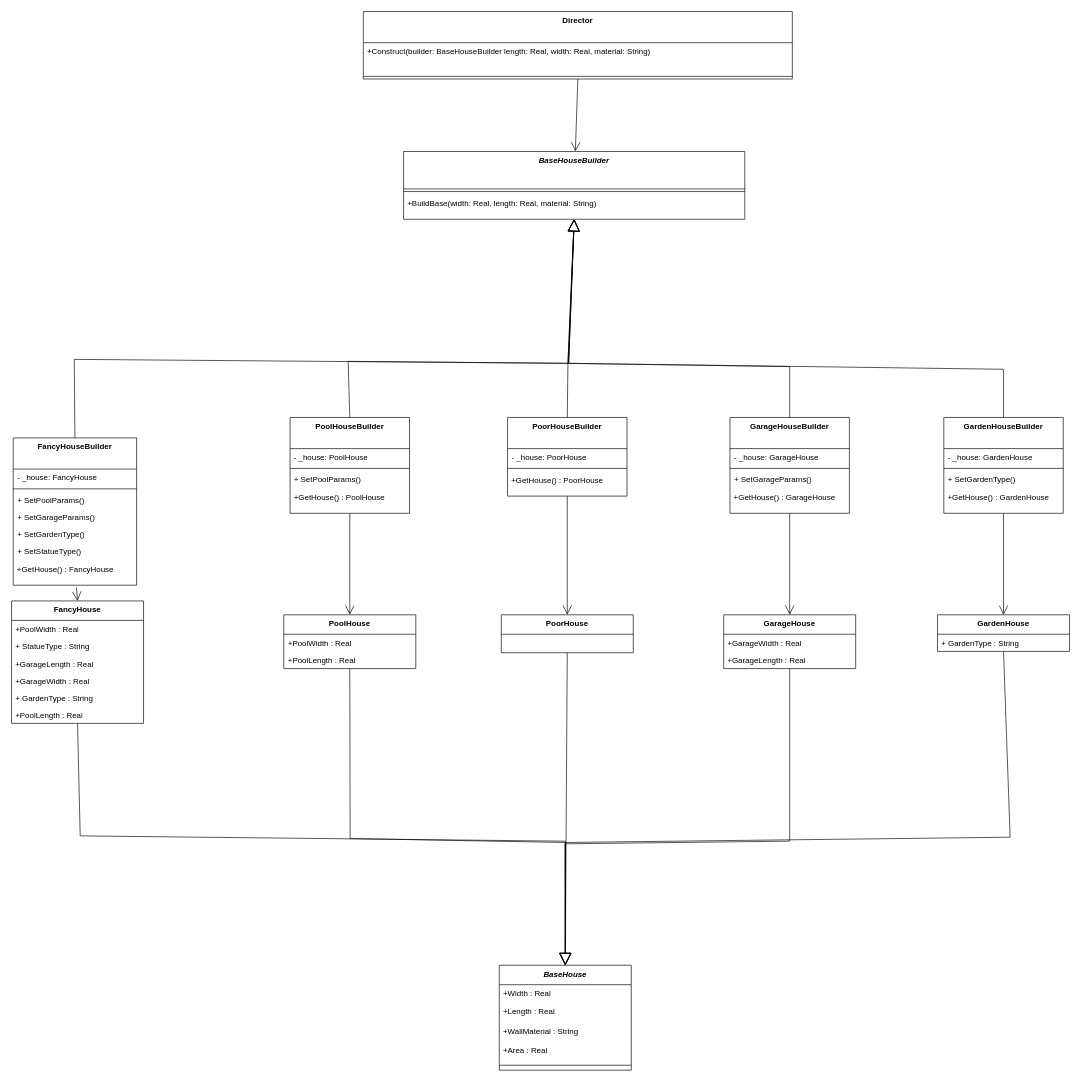
The draw.io diagram lab01/builder.drawio in Wokiput/Object-oriented-analysis-and-design-2, before the edit. Source tidied: cells renumbered, new cells numbered last; positions are measured from the earlier drawing's top-left corner, leaving out a move shared by most shapes. Both pictures are drawn from the tidied source at 66%, with x=0, y=0 at pixel (11, 11).
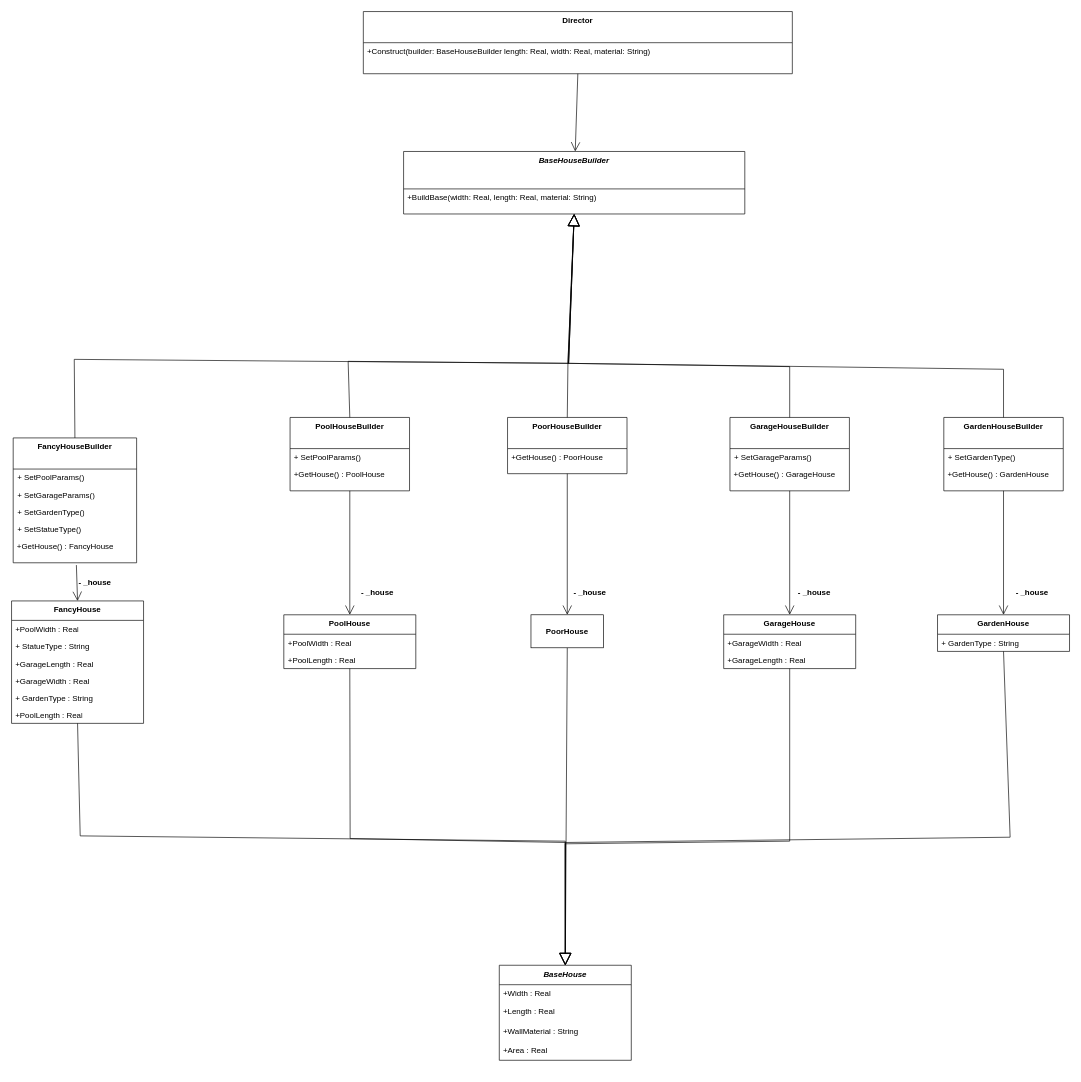
The same page after the edit.

Commit message (it also covers changes not shown here):
изменил диаграмму классов

Unchanged cells that the change refers to:
```xml
<mxCell id="21" value="FancyHouse" style="swimlane;fontStyle=1;align=center;verticalAlign=top;horizontal=1;startSize=29.473684210526315;" parent="1" vertex="1">
  <mxGeometry y="893" width="200" height="185.5" as="geometry" />
</mxCell>
<mxCell id="29" value="PoolHouse" style="swimlane;fontStyle=1;align=center;verticalAlign=top;horizontal=1;startSize=29.473684210526315;" parent="1" vertex="1">
  <mxGeometry x="412.5" y="914" width="200" height="81.5" as="geometry" />
</mxCell>
```

What changed in the source:
```diff
@@
     <mxCell id="2" value="Director" style="swimlane;fontStyle=1;align=center;verticalAlign=top;horizontal=1;startSize=47.2;" parent="1" vertex="1">
-      <mxGeometry x="533" width="650" height="102.2" as="geometry" />
+      <mxGeometry x="533" width="650" height="94.2" as="geometry" />
     </mxCell>
@@
-    <mxCell id="4" style="line;strokeWidth=1;fillColor=none;align=left;verticalAlign=middle;spacingTop=-1;spacingLeft=3;spacingRight=3;labelPosition=right;strokeColor=inherit;" parent="2" vertex="1">
-      <mxGeometry y="94.2" width="650" height="8" as="geometry" />
-    </mxCell>
     <mxCell id="5" value="BaseHouseBuilder" style="swimlane;fontStyle=3;align=center;verticalAlign=top;horizontal=1;startSize=56.727272727272734;" parent="1" vertex="1">
-      <mxGeometry x="594" y="212" width="517" height="102.7" as="geometry" />
+      <mxGeometry x="594" y="212" width="517" height="94.7" as="geometry" />
     </mxCell>
-    <mxCell id="6" style="line;strokeWidth=1;fillColor=none;align=left;verticalAlign=middle;spacingTop=-1;spacingLeft=3;spacingRight=3;labelPosition=right;strokeColor=inherit;" parent="5" vertex="1">
-      <mxGeometry y="56.7" width="517" height="8" as="geometry" />
-    </mxCell>
     <mxCell id="7" value="+BuildBase(width: Real, length: Real, material: String)" style="text;strokeColor=none;fillColor=none;align=left;verticalAlign=top;spacingLeft=4;spacingRight=4;overflow=hidden;" parent="5" vertex="1">
-      <mxGeometry y="64.7" width="517" height="38" as="geometry" />
+      <mxGeometry y="56.7" width="517" height="38" as="geometry" />
     </mxCell>
     <mxCell id="8" value="FancyHouseBuilder" style="swimlane;fontStyle=1;align=center;verticalAlign=top;horizontal=1;startSize=47.2;" parent="1" vertex="1">
-      <mxGeometry x="2.5" y="646" width="187" height="223.2" as="geometry" />
+      <mxGeometry x="2.5" y="646" width="187" height="189.2" as="geometry" />
     </mxCell>
-    <mxCell id="9" value="- _house: FancyHouse" style="text;strokeColor=none;fillColor=none;align=left;verticalAlign=top;spacingLeft=4;spacingRight=4;overflow=hidden;whiteSpace=wrap;html=1;" parent="8" vertex="1">
-      <mxGeometry y="47.2" width="187" height="26" as="geometry" />
-    </mxCell>
-    <mxCell id="10" style="line;strokeWidth=1;fillColor=none;align=left;verticalAlign=middle;spacingTop=-1;spacingLeft=3;spacingRight=3;labelPosition=right;strokeColor=inherit;" parent="8" vertex="1">
-      <mxGeometry y="73.2" width="187" height="8" as="geometry" />
-    </mxCell>
-    <mxCell id="11" value="+ SetPoolParams()&amp;nbsp;" style="text;strokeColor=none;fillColor=none;align=left;verticalAlign=top;spacingLeft=4;spacingRight=4;overflow=hidden;whiteSpace=wrap;html=1;" parent="8" vertex="1">
-      <mxGeometry y="81.2" width="187" height="26" as="geometry" />
-    </mxCell>
-    <mxCell id="12" value="+ SetGarageParams()" style="text;strokeColor=none;fillColor=none;align=left;verticalAlign=top;spacingLeft=4;spacingRight=4;overflow=hidden;whiteSpace=wrap;html=1;" parent="8" vertex="1">
-      <mxGeometry y="107.2" width="187" height="26" as="geometry" />
-    </mxCell>
-    <mxCell id="13" value="+ SetGardenType()" style="text;strokeColor=none;fillColor=none;align=left;verticalAlign=top;spacingLeft=4;spacingRight=4;overflow=hidden;whiteSpace=wrap;html=1;" parent="8" vertex="1">
-      <mxGeometry y="133.2" width="187" height="26" as="geometry" />
-    </mxCell>
+    <mxCell id="73" value="+ SetPoolParams()&amp;nbsp;" style="text;strokeColor=none;fillColor=none;align=left;verticalAlign=top;spacingLeft=4;spacingRight=4;overflow=hidden;whiteSpace=wrap;html=1;" parent="8" vertex="1">
+      <mxGeometry y="47.2" width="187" height="26" as="geometry" />
+    </mxCell>
+    <mxCell id="74" value="+ SetGarageParams()" style="text;strokeColor=none;fillColor=none;align=left;verticalAlign=top;spacingLeft=4;spacingRight=4;overflow=hidden;whiteSpace=wrap;html=1;" parent="8" vertex="1">
+      <mxGeometry y="73.2" width="187" height="26" as="geometry" />
+    </mxCell>
+    <mxCell id="75" value="+ SetGardenType()" style="text;strokeColor=none;fillColor=none;align=left;verticalAlign=top;spacingLeft=4;spacingRight=4;overflow=hidden;whiteSpace=wrap;html=1;" parent="8" vertex="1">
+      <mxGeometry y="99.2" width="187" height="26" as="geometry" />
+    </mxCell>
     <mxCell id="14" value="+ SetStatueType()" style="text;strokeColor=none;fillColor=none;align=left;verticalAlign=top;spacingLeft=4;spacingRight=4;overflow=hidden;whiteSpace=wrap;html=1;" parent="8" vertex="1">
-      <mxGeometry y="159.2" width="187" height="26" as="geometry" />
+      <mxGeometry y="125.2" width="187" height="26" as="geometry" />
     </mxCell>
     <mxCell id="15" value="+GetHouse() : FancyHouse" style="text;strokeColor=none;fillColor=none;align=left;verticalAlign=top;spacingLeft=4;spacingRight=4;overflow=hidden;points=[[0,0.5],[1,0.5]];portConstraint=eastwest;" parent="8" vertex="1">
-      <mxGeometry y="185.2" width="187" height="38" as="geometry" />
+      <mxGeometry y="151.2" width="187" height="38" as="geometry" />
     </mxCell>
     <mxCell id="16" value="PoolHouseBuilder" style="swimlane;fontStyle=1;align=center;verticalAlign=top;horizontal=1;startSize=47.2;" parent="1" vertex="1">
-      <mxGeometry x="422" y="615" width="181" height="145.2" as="geometry" />
+      <mxGeometry x="422" y="615" width="181" height="111.2" as="geometry" />
     </mxCell>
-    <mxCell id="17" value="- _house: PoolHouse" style="text;strokeColor=none;fillColor=none;align=left;verticalAlign=top;spacingLeft=4;spacingRight=4;overflow=hidden;whiteSpace=wrap;html=1;" parent="16" vertex="1">
-      <mxGeometry y="47.2" width="181" height="26" as="geometry" />
-    </mxCell>
-    <mxCell id="18" style="line;strokeWidth=1;fillColor=none;align=left;verticalAlign=middle;spacingTop=-1;spacingLeft=3;spacingRight=3;labelPosition=right;strokeColor=inherit;" parent="16" vertex="1">
-      <mxGeometry y="73.2" width="181" height="8" as="geometry" />
-    </mxCell>
-    <mxCell id="19" value="+ SetPoolParams()&amp;nbsp;" style="text;strokeColor=none;fillColor=none;align=left;verticalAlign=top;spacingLeft=4;spacingRight=4;overflow=hidden;whiteSpace=wrap;html=1;" parent="16" vertex="1">
-      <mxGeometry y="81.2" width="181" height="26" as="geometry" />
-    </mxCell>
+    <mxCell id="76" value="+ SetPoolParams()&amp;nbsp;" style="text;strokeColor=none;fillColor=none;align=left;verticalAlign=top;spacingLeft=4;spacingRight=4;overflow=hidden;whiteSpace=wrap;html=1;" parent="16" vertex="1">
+      <mxGeometry y="47.2" width="181" height="26" as="geometry" />
+    </mxCell>
     <mxCell id="20" value="+GetHouse() : PoolHouse" style="text;strokeColor=none;fillColor=none;align=left;verticalAlign=top;spacingLeft=4;spacingRight=4;overflow=hidden;" parent="16" vertex="1">
-      <mxGeometry y="107.2" width="181" height="38" as="geometry" />
+      <mxGeometry y="73.2" width="181" height="38" as="geometry" />
     </mxCell>
@@
-    <mxCell id="22" value="+PoolWidth : Real" style="text;strokeColor=none;fillColor=none;align=left;verticalAlign=top;spacingLeft=4;spacingRight=4;overflow=hidden;whiteSpace=wrap;html=1;" parent="21" vertex="1">
-      <mxGeometry y="29.5" width="200" height="26" as="geometry" />
-    </mxCell>
+    <mxCell id="77" value="+PoolWidth : Real" style="text;strokeColor=none;fillColor=none;align=left;verticalAlign=top;spacingLeft=4;spacingRight=4;overflow=hidden;whiteSpace=wrap;html=1;" parent="21" vertex="1">
+      <mxGeometry y="29.5" width="200" height="26" as="geometry" />
+    </mxCell>
@@
-    <mxCell id="30" value="+PoolWidth : Real" style="text;strokeColor=none;fillColor=none;align=left;verticalAlign=top;spacingLeft=4;spacingRight=4;overflow=hidden;whiteSpace=wrap;html=1;" parent="29" vertex="1">
-      <mxGeometry y="29.5" width="200" height="26" as="geometry" />
-    </mxCell>
+    <mxCell id="78" value="+PoolWidth : Real" style="text;strokeColor=none;fillColor=none;align=left;verticalAlign=top;spacingLeft=4;spacingRight=4;overflow=hidden;whiteSpace=wrap;html=1;" parent="29" vertex="1">
+      <mxGeometry y="29.5" width="200" height="26" as="geometry" />
+    </mxCell>
@@
     <mxCell id="36" value="PoorHouseBuilder" style="swimlane;fontStyle=1;align=center;verticalAlign=top;horizontal=1;startSize=47.2;" parent="1" vertex="1">
-      <mxGeometry x="751.5" y="615" width="181" height="119.2" as="geometry" />
+      <mxGeometry x="751.5" y="615" width="181" height="85.2" as="geometry" />
     </mxCell>
-    <mxCell id="37" value="- _house: PoorHouse" style="text;strokeColor=none;fillColor=none;align=left;verticalAlign=top;spacingLeft=4;spacingRight=4;overflow=hidden;whiteSpace=wrap;html=1;" parent="36" vertex="1">
-      <mxGeometry y="47.2" width="181" height="26" as="geometry" />
-    </mxCell>
-    <mxCell id="38" style="line;strokeWidth=1;fillColor=none;align=left;verticalAlign=middle;spacingTop=-1;spacingLeft=3;spacingRight=3;labelPosition=right;strokeColor=inherit;" parent="36" vertex="1">
-      <mxGeometry y="73.2" width="181" height="8" as="geometry" />
-    </mxCell>
     <mxCell id="39" value="+GetHouse() : PoorHouse" style="text;strokeColor=none;fillColor=none;align=left;verticalAlign=top;spacingLeft=4;spacingRight=4;overflow=hidden;" parent="36" vertex="1">
-      <mxGeometry y="81.2" width="181" height="38" as="geometry" />
+      <mxGeometry y="47.2" width="181" height="38" as="geometry" />
     </mxCell>
-    <mxCell id="40" value="PoorHouse" style="swimlane;fontStyle=1;align=center;verticalAlign=top;horizontal=1;startSize=29.473684210526315;" parent="1" vertex="1">
-      <mxGeometry x="742" y="914" width="200" height="57.5" as="geometry" />
-    </mxCell>
-    <mxCell id="41" style="endArrow=open;endFill=1;endSize=12;html=1;rounded=0;entryX=0.5;entryY=0;entryDx=0;entryDy=0;exitX=0.5;exitY=1;exitDx=0;exitDy=0;" parent="1" edge="1" source="36" target="40">
-      <mxGeometry relative="1" as="geometry" />
-    </mxCell>
+    <mxCell id="79" style="endArrow=open;endFill=1;endSize=12;html=1;rounded=0;entryX=0.5;entryY=0;entryDx=0;entryDy=0;exitX=0.5;exitY=1;exitDx=0;exitDy=0;" parent="1" edge="1" source="36">
+      <mxGeometry relative="1" as="geometry">
+        <mxPoint x="842" y="914" as="targetPoint" />
+      </mxGeometry>
+    </mxCell>
@@
     <mxCell id="43" value="GarageHouseBuilder" style="swimlane;fontStyle=1;align=center;verticalAlign=top;horizontal=1;startSize=47.2;" parent="1" vertex="1">
-      <mxGeometry x="1088.5" y="615" width="181" height="145.2" as="geometry" />
+      <mxGeometry x="1088.5" y="615" width="181" height="111.2" as="geometry" />
     </mxCell>
-    <mxCell id="44" value="- _house: GarageHouse" style="text;strokeColor=none;fillColor=none;align=left;verticalAlign=top;spacingLeft=4;spacingRight=4;overflow=hidden;whiteSpace=wrap;html=1;" parent="43" vertex="1">
-      <mxGeometry y="47.2" width="181" height="26" as="geometry" />
-    </mxCell>
-    <mxCell id="45" style="line;strokeWidth=1;fillColor=none;align=left;verticalAlign=middle;spacingTop=-1;spacingLeft=3;spacingRight=3;labelPosition=right;strokeColor=inherit;" parent="43" vertex="1">
-      <mxGeometry y="73.2" width="181" height="8" as="geometry" />
-    </mxCell>
-    <mxCell id="46" value="+ SetGarageParams()" style="text;strokeColor=none;fillColor=none;align=left;verticalAlign=top;spacingLeft=4;spacingRight=4;overflow=hidden;whiteSpace=wrap;html=1;" parent="43" vertex="1">
-      <mxGeometry y="81.2" width="181" height="26" as="geometry" />
-    </mxCell>
+    <mxCell id="80" value="+ SetGarageParams()" style="text;strokeColor=none;fillColor=none;align=left;verticalAlign=top;spacingLeft=4;spacingRight=4;overflow=hidden;whiteSpace=wrap;html=1;" parent="43" vertex="1">
+      <mxGeometry y="47.2" width="181" height="26" as="geometry" />
+    </mxCell>
     <mxCell id="47" value="+GetHouse() : GarageHouse" style="text;strokeColor=none;fillColor=none;align=left;verticalAlign=top;spacingLeft=4;spacingRight=4;overflow=hidden;" parent="43" vertex="1">
-      <mxGeometry y="107.2" width="181" height="38" as="geometry" />
+      <mxGeometry y="73.2" width="181" height="38" as="geometry" />
     </mxCell>
@@
     <mxCell id="52" value="GardenHouseBuilder" style="swimlane;fontStyle=1;align=center;verticalAlign=top;horizontal=1;startSize=47.2;" parent="1" vertex="1">
-      <mxGeometry x="1412.5" y="615" width="181" height="145.2" as="geometry" />
+      <mxGeometry x="1412.5" y="615" width="181" height="111.2" as="geometry" />
     </mxCell>
-    <mxCell id="53" value="- _house: GardenHouse" style="text;strokeColor=none;fillColor=none;align=left;verticalAlign=top;spacingLeft=4;spacingRight=4;overflow=hidden;whiteSpace=wrap;html=1;" parent="52" vertex="1">
-      <mxGeometry y="47.2" width="181" height="26" as="geometry" />
-    </mxCell>
-    <mxCell id="54" style="line;strokeWidth=1;fillColor=none;align=left;verticalAlign=middle;spacingTop=-1;spacingLeft=3;spacingRight=3;labelPosition=right;strokeColor=inherit;" parent="52" vertex="1">
-      <mxGeometry y="73.2" width="181" height="8" as="geometry" />
-    </mxCell>
-    <mxCell id="55" value="+ SetGardenType()" style="text;strokeColor=none;fillColor=none;align=left;verticalAlign=top;spacingLeft=4;spacingRight=4;overflow=hidden;whiteSpace=wrap;html=1;" parent="52" vertex="1">
-      <mxGeometry y="81.2" width="181" height="26" as="geometry" />
-    </mxCell>
+    <mxCell id="81" value="+ SetGardenType()" style="text;strokeColor=none;fillColor=none;align=left;verticalAlign=top;spacingLeft=4;spacingRight=4;overflow=hidden;whiteSpace=wrap;html=1;" parent="52" vertex="1">
+      <mxGeometry y="47.2" width="181" height="26" as="geometry" />
+    </mxCell>
     <mxCell id="56" value="+GetHouse() : GardenHouse" style="text;strokeColor=none;fillColor=none;align=left;verticalAlign=top;spacingLeft=4;spacingRight=4;overflow=hidden;" parent="52" vertex="1">
-      <mxGeometry y="107.2" width="181" height="38" as="geometry" />
+      <mxGeometry y="73.2" width="181" height="38" as="geometry" />
     </mxCell>
@@
     <mxCell id="62" value="BaseHouse" style="swimlane;fontStyle=3;align=center;verticalAlign=top;horizontal=1;startSize=29.473684210526315;" parent="1" vertex="1">
-      <mxGeometry x="739" y="1445" width="200" height="159" as="geometry" />
+      <mxGeometry x="739" y="1445" width="200" height="144" as="geometry" />
     </mxCell>
@@
-    <mxCell id="67" style="line;strokeWidth=1;fillColor=none;align=left;verticalAlign=middle;spacingTop=-1;spacingLeft=3;spacingRight=3;labelPosition=right;strokeColor=inherit;" parent="62" vertex="1">
-      <mxGeometry y="144" width="200" height="15" as="geometry" />
-    </mxCell>
@@
+    <mxCell id="82" value="- _house" style="text;align=center;fontStyle=1;verticalAlign=middle;spacingLeft=3;spacingRight=3;strokeColor=none;html=1;" parent="1" vertex="1">
+      <mxGeometry x="86" y="853" width="80" height="26" as="geometry" />
+    </mxCell>
+    <mxCell id="83" value="- _house" style="text;align=center;fontStyle=1;verticalAlign=middle;spacingLeft=3;spacingRight=3;strokeColor=none;html=1;" parent="1" vertex="1">
+      <mxGeometry x="514" y="867" width="80" height="26" as="geometry" />
+    </mxCell>
+    <mxCell id="84" value="- _house" style="text;align=center;fontStyle=1;verticalAlign=middle;spacingLeft=3;spacingRight=3;strokeColor=none;html=1;" parent="1" vertex="1">
+      <mxGeometry x="836" y="867" width="80" height="26" as="geometry" />
+    </mxCell>
+    <mxCell id="85" value="- _house" style="text;align=center;fontStyle=1;verticalAlign=middle;spacingLeft=3;spacingRight=3;strokeColor=none;html=1;" parent="1" vertex="1">
+      <mxGeometry x="1176" y="867" width="80" height="26" as="geometry" />
+    </mxCell>
+    <mxCell id="86" value="- _house" style="text;align=center;fontStyle=1;verticalAlign=middle;spacingLeft=3;spacingRight=3;strokeColor=none;html=1;" parent="1" vertex="1">
+      <mxGeometry x="1506" y="867" width="80" height="26" as="geometry" />
+    </mxCell>
+    <mxCell id="40" value="&lt;b&gt;PoorHouse&lt;/b&gt;" style="html=1;whiteSpace=wrap;" parent="1" vertex="1">
+      <mxGeometry x="787" y="914" width="110" height="50" as="geometry" />
+    </mxCell>
```
